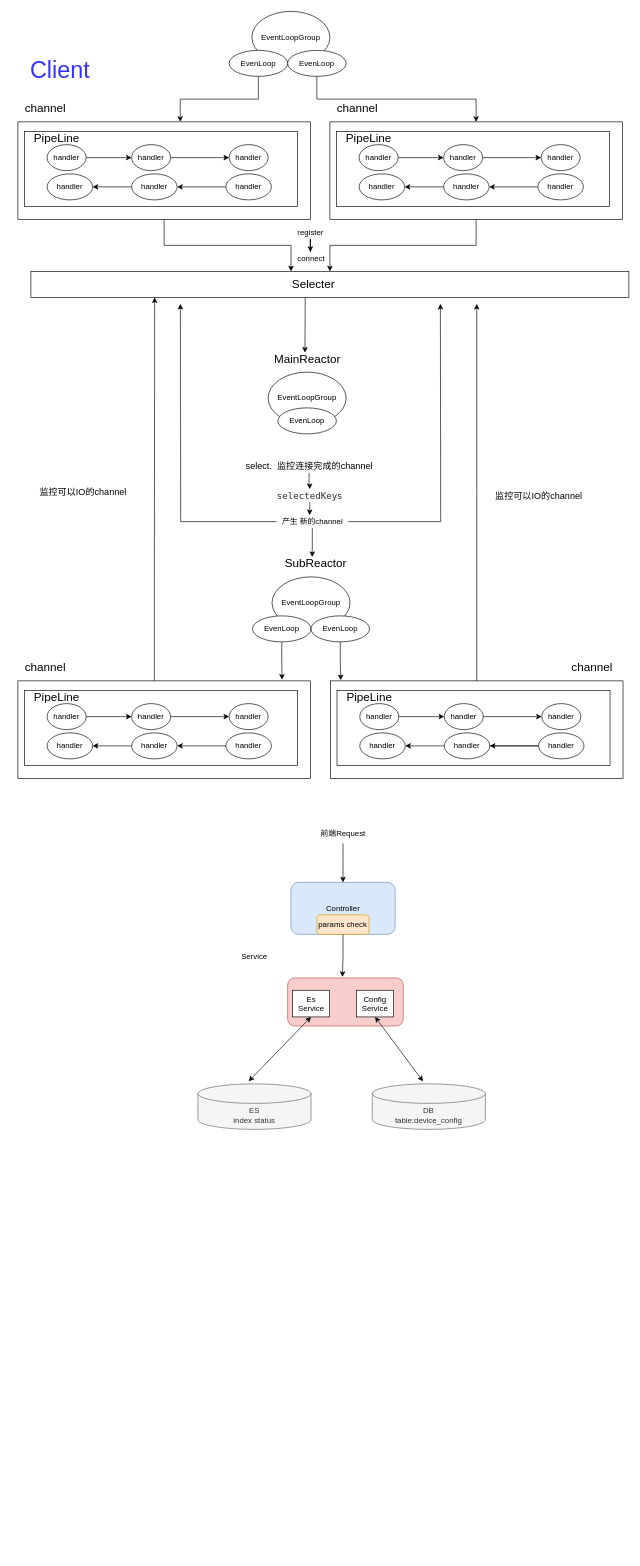
Earlier version of the draw.io diagram Untitled Diagram.drawio (ProbieGw/Diagram). Source tidied: cells renumbered, new cells numbered last; positions are measured from the earlier drawing's top-left corner, leaving out a move shared by most shapes. Both pictures are drawn from the tidied source at 65%, with x=0, y=0 at pixel (11, 11).
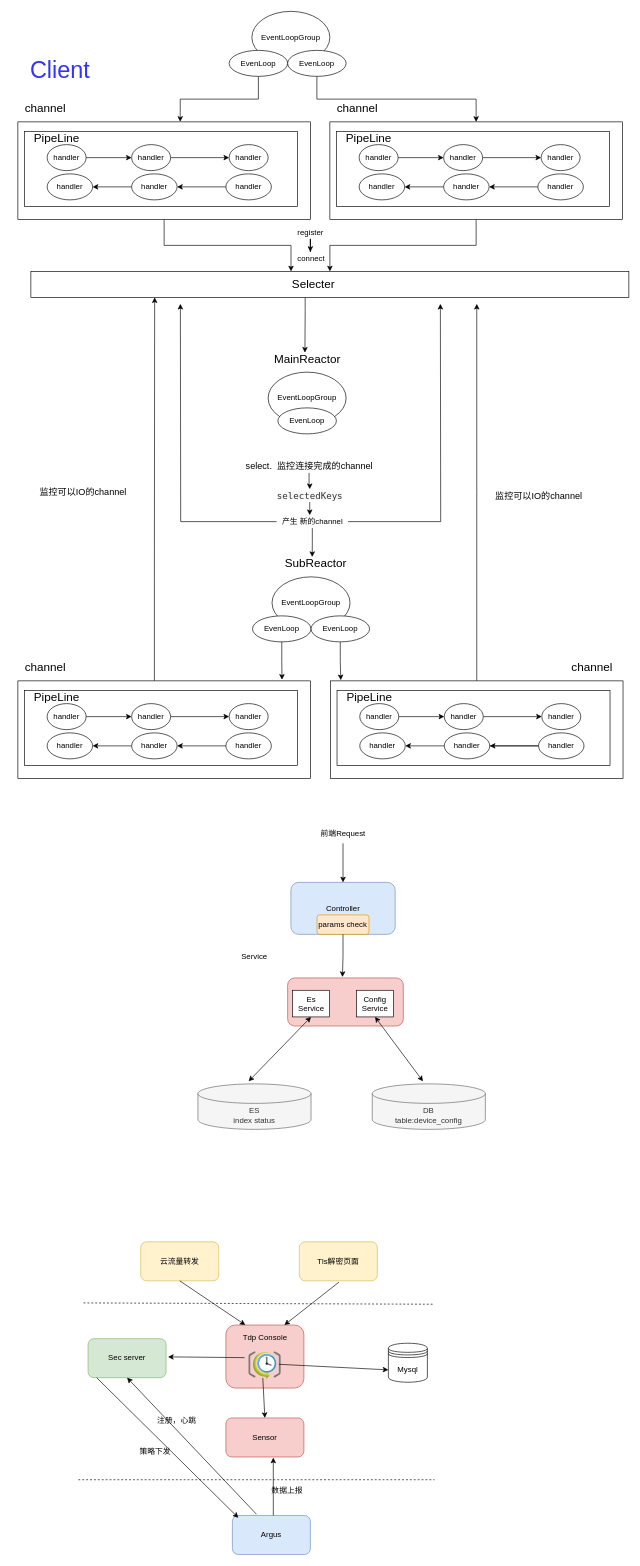
After the change.

The edit, as a diff of the source:
```diff
@@
+    <mxCell id="106" style="endArrow=none;dashed=1;html=1;rounded=0;" parent="1" edge="1">
+      <mxGeometry relative="1" as="geometry">
+        <mxPoint x="111" y="1987" as="sourcePoint" />
+        <mxPoint x="648" y="1989" as="targetPoint" />
+      </mxGeometry>
+    </mxCell>
+    <mxCell id="107" value="云流量转发" style="rounded=1;whiteSpace=wrap;html=1;fillColor=#fff2cc;strokeColor=#d6b656;" parent="1" vertex="1">
+      <mxGeometry x="199" y="1893" width="120" height="60" as="geometry" />
+    </mxCell>
+    <mxCell id="108" value="Tls解密页面" style="rounded=1;whiteSpace=wrap;html=1;fillColor=#fff2cc;strokeColor=#d6b656;" parent="1" vertex="1">
+      <mxGeometry x="443" y="1893" width="120" height="60" as="geometry" />
+    </mxCell>
+    <mxCell id="109" style="rounded=1;whiteSpace=wrap;html=1;fillColor=#f8cecc;strokeColor=#b85450;" parent="1" vertex="1">
+      <mxGeometry x="330" y="2021" width="120" height="97" as="geometry" />
+    </mxCell>
+    <mxCell id="110" style="endArrow=classic;html=1;rounded=0;exitX=0.5;exitY=1;exitDx=0;exitDy=0;entryX=0.25;entryY=0;entryDx=0;entryDy=0;" parent="1" edge="1" source="107" target="109">
+      <mxGeometry relative="1" as="geometry" />
+    </mxCell>
+    <mxCell id="111" style="endArrow=classic;html=1;rounded=0;entryX=0.75;entryY=0;entryDx=0;entryDy=0;" parent="1" edge="1" target="109">
+      <mxGeometry relative="1" as="geometry">
+        <mxPoint x="504" y="1955" as="sourcePoint" />
+      </mxGeometry>
+    </mxCell>
+    <mxCell id="112" style="image;sketch=0;html=1;points=[];align=center;fontSize=12;image=img/lib/mscae/SchedulerJobCollection.svg;" parent="1" vertex="1">
+      <mxGeometry x="365" y="2062" width="50" height="43" as="geometry" />
+    </mxCell>
+    <mxCell id="113" value="Tdp Console" style="text;html=1;align=center;verticalAlign=middle;whiteSpace=wrap;rounded=0;" parent="1" vertex="1">
+      <mxGeometry x="346.5" y="2025" width="87" height="30" as="geometry" />
+    </mxCell>
+    <mxCell id="114" value="Sensor" style="rounded=1;whiteSpace=wrap;html=1;fillColor=#f8cecc;strokeColor=#b85450;" parent="1" vertex="1">
+      <mxGeometry x="330" y="2164" width="120" height="60" as="geometry" />
+    </mxCell>
+    <mxCell id="115" style="endArrow=none;dashed=1;html=1;rounded=0;" parent="1" edge="1">
+      <mxGeometry relative="1" as="geometry">
+        <mxPoint x="103" y="2259" as="sourcePoint" />
+        <mxPoint x="651" y="2259" as="targetPoint" />
+      </mxGeometry>
+    </mxCell>
+    <mxCell id="116" value="Mysql" style="shape=datastore;whiteSpace=wrap;html=1;" parent="1" vertex="1">
+      <mxGeometry x="580" y="2049" width="60" height="60" as="geometry" />
+    </mxCell>
+    <mxCell id="117" style="endArrow=classic;html=1;rounded=0;exitX=0.932;exitY=0.474;exitDx=0;exitDy=0;exitPerimeter=0;entryX=0;entryY=0.7;entryDx=0;entryDy=0;" parent="1" edge="1">
+      <mxGeometry relative="1" as="geometry">
+        <mxPoint x="411.6" y="2081.4" as="sourcePoint" />
+        <mxPoint x="580" y="2090" as="targetPoint" />
+      </mxGeometry>
+    </mxCell>
+    <mxCell id="118" style="endArrow=classic;html=1;rounded=0;exitX=0.436;exitY=0.94;exitDx=0;exitDy=0;exitPerimeter=0;entryX=0.5;entryY=0;entryDx=0;entryDy=0;" parent="1" edge="1" source="112" target="114">
+      <mxGeometry relative="1" as="geometry" />
+    </mxCell>
+    <mxCell id="119" value="Sec server" style="rounded=1;whiteSpace=wrap;html=1;fillColor=#d5e8d4;strokeColor=#82b366;" parent="1" vertex="1">
+      <mxGeometry x="118" y="2042" width="120" height="60" as="geometry" />
+    </mxCell>
+    <mxCell id="120" style="endArrow=classic;html=1;rounded=0;exitX=0.897;exitY=0.09;exitDx=0;exitDy=0;exitPerimeter=0;" parent="1" edge="1">
+      <mxGeometry relative="1" as="geometry">
+        <mxPoint x="358.8" y="2071.2" as="sourcePoint" />
+        <mxPoint x="241" y="2070" as="targetPoint" />
+      </mxGeometry>
+    </mxCell>
+    <mxCell id="121" value="Argus" style="rounded=1;whiteSpace=wrap;html=1;fillColor=#dae8fc;strokeColor=#6c8ebf;" parent="1" vertex="1">
+      <mxGeometry x="340" y="2314" width="120" height="60" as="geometry" />
+    </mxCell>
+    <mxCell id="122" style="endArrow=classic;html=1;rounded=0;entryX=0.5;entryY=1;entryDx=0;entryDy=0;" parent="1" edge="1" target="119">
+      <mxGeometry relative="1" as="geometry">
+        <mxPoint x="377" y="2312" as="sourcePoint" />
+      </mxGeometry>
+    </mxCell>
+    <mxCell id="123" value="注册，心跳" style="text;html=1;align=center;verticalAlign=middle;strokeColor=none;fillColor=none;" parent="1" vertex="1">
+      <mxGeometry x="215" y="2155" width="78" height="26" as="geometry" />
+    </mxCell>
+    <mxCell id="124" style="endArrow=classic;html=1;rounded=0;exitX=0.36;exitY=1.007;exitDx=0;exitDy=0;exitPerimeter=0;entryX=0.077;entryY=0.06;entryDx=0;entryDy=0;entryPerimeter=0;" parent="1" edge="1" target="121">
+      <mxGeometry relative="1" as="geometry">
+        <mxPoint x="131.2" y="2102" as="sourcePoint" />
+      </mxGeometry>
+    </mxCell>
+    <mxCell id="125" value="策略下发" style="text;html=1;align=center;verticalAlign=middle;strokeColor=none;fillColor=none;" parent="1" vertex="1">
+      <mxGeometry x="188" y="2203" width="66" height="26" as="geometry" />
+    </mxCell>
+    <mxCell id="126" style="endArrow=classic;html=1;rounded=0;entryX=0.608;entryY=1.017;entryDx=0;entryDy=0;entryPerimeter=0;" parent="1" edge="1" target="114">
+      <mxGeometry relative="1" as="geometry">
+        <mxPoint x="403" y="2314" as="sourcePoint" />
+      </mxGeometry>
+    </mxCell>
+    <mxCell id="127" value="数据上报" style="text;html=1;align=center;verticalAlign=middle;strokeColor=none;fillColor=none;" parent="1" vertex="1">
+      <mxGeometry x="391" y="2263" width="66" height="26" as="geometry" />
+    </mxCell>
```
